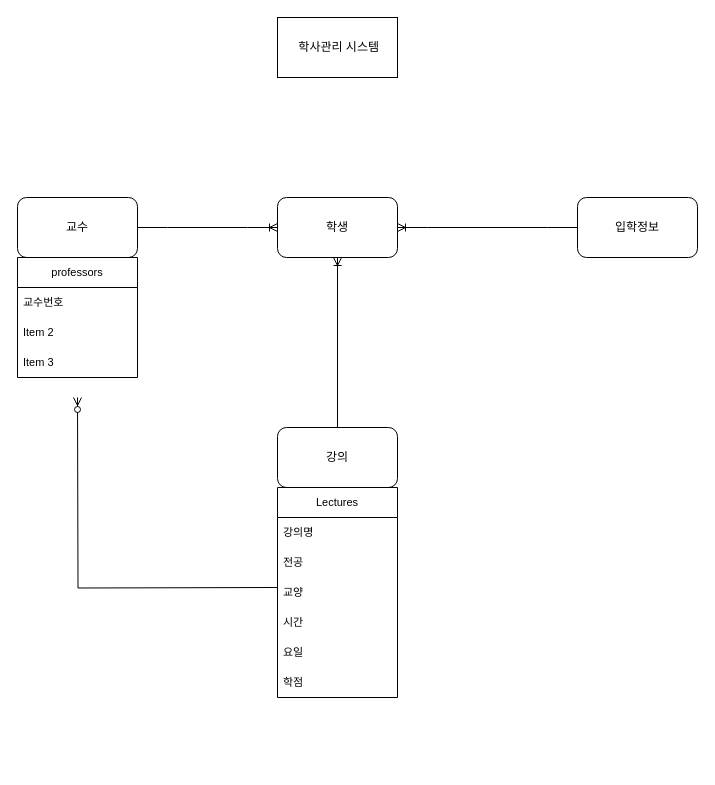
D-o-H-w-a/SelfStudy keeps this draw.io diagram as 자습용 다이어그램.drawio. Above is the earlier version. Source tidied: cells renumbered, new cells numbered last; positions are measured from the earlier drawing's top-left corner, leaving out a move shared by most shapes. Both pictures are drawn from the tidied source at 100%, with x=0, y=0 at pixel (17, 17).
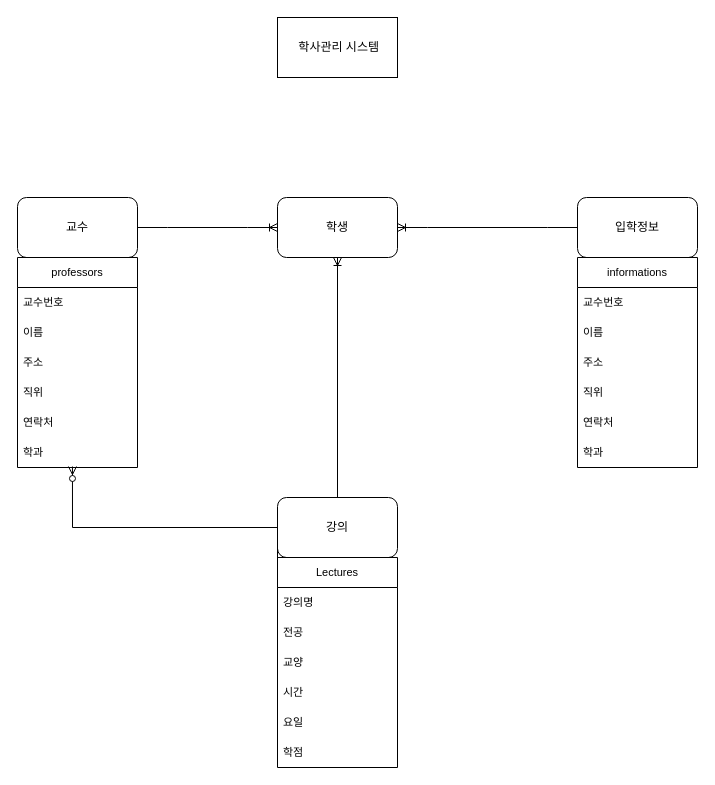
The same page after the edit.

Diff of the diagram source:
```diff
@@
     <mxCell id="6" value="강의" style="rounded=1;whiteSpace=wrap;html=1;direction=west;" parent="1" vertex="1">
-      <mxGeometry x="260" y="410" width="120" height="60" as="geometry" />
+      <mxGeometry x="260" y="480" width="120" height="60" as="geometry" />
     </mxCell>
@@
-    <mxCell id="10" style="fontSize=12;html=1;endArrow=ERzeroToMany;endFill=1;rounded=0;edgeStyle=orthogonalEdgeStyle;exitX=0;exitY=0.5;exitDx=0;exitDy=0;" parent="1" edge="1">
+    <mxCell id="10" style="fontSize=12;html=1;endArrow=ERzeroToMany;endFill=1;rounded=0;edgeStyle=orthogonalEdgeStyle;exitX=0;exitY=0.5;exitDx=0;exitDy=0;entryX=0.458;entryY=0.967;entryDx=0;entryDy=0;entryPerimeter=0;" parent="1" edge="1" target="24">
       <mxGeometry relative="1" as="geometry">
         <mxPoint x="260" y="570" as="sourcePoint" />
-        <mxPoint x="60" y="380" as="targetPoint" />
+        <Array as="points">
+          <mxPoint x="260" y="510" />
+          <mxPoint x="55" y="510" />
+        </Array>
       </mxGeometry>
     </mxCell>
     <mxCell id="11" value="Lectures" style="swimlane;fontStyle=0;horizontal=1;startSize=30;whiteSpace=wrap;html=1;align=center;verticalAlign=middle;fontFamily=Helvetica;fontSize=11;fontColor=default;fillColor=none;" parent="1" vertex="1">
-      <mxGeometry x="260" y="470" width="120" height="210" as="geometry" />
+      <mxGeometry x="260" y="540" width="120" height="210" as="geometry" />
     </mxCell>
@@
     <mxCell id="18" value="professors" style="swimlane;fontStyle=0;horizontal=1;startSize=30;whiteSpace=wrap;html=1;align=center;verticalAlign=middle;fontFamily=Helvetica;fontSize=11;fontColor=default;fillColor=none;" parent="1" vertex="1">
-      <mxGeometry y="240" width="120" height="120" as="geometry" />
+      <mxGeometry y="240" width="120" height="210" as="geometry" />
     </mxCell>
@@
-    <mxCell id="20" value="Item 2" style="text;strokeColor=none;fillColor=none;align=left;verticalAlign=middle;spacingLeft=4;spacingRight=4;overflow=hidden;whiteSpace=wrap;html=1;fontFamily=Helvetica;fontSize=11;fontColor=default;" parent="18" vertex="1">
+    <mxCell id="20" value="이름" style="text;strokeColor=none;fillColor=none;align=left;verticalAlign=middle;spacingLeft=4;spacingRight=4;overflow=hidden;whiteSpace=wrap;html=1;fontFamily=Helvetica;fontSize=11;fontColor=default;" parent="18" vertex="1">
       <mxGeometry y="60" width="120" height="30" as="geometry" />
     </mxCell>
-    <mxCell id="21" value="Item 3" style="text;strokeColor=none;fillColor=none;align=left;verticalAlign=middle;spacingLeft=4;spacingRight=4;overflow=hidden;whiteSpace=wrap;html=1;fontFamily=Helvetica;fontSize=11;fontColor=default;" parent="18" vertex="1">
+    <mxCell id="21" value="주소" style="text;strokeColor=none;fillColor=none;align=left;verticalAlign=middle;spacingLeft=4;spacingRight=4;overflow=hidden;whiteSpace=wrap;html=1;fontFamily=Helvetica;fontSize=11;fontColor=default;" parent="18" vertex="1">
       <mxGeometry y="90" width="120" height="30" as="geometry" />
     </mxCell>
+    <mxCell id="22" value="직위" style="text;strokeColor=none;fillColor=none;align=left;verticalAlign=middle;spacingLeft=4;spacingRight=4;overflow=hidden;whiteSpace=wrap;html=1;fontFamily=Helvetica;fontSize=11;fontColor=default;" parent="18" vertex="1">
+      <mxGeometry y="120" width="120" height="30" as="geometry" />
+    </mxCell>
+    <mxCell id="23" value="연락처" style="text;strokeColor=none;fillColor=none;align=left;verticalAlign=middle;spacingLeft=4;spacingRight=4;overflow=hidden;whiteSpace=wrap;html=1;fontFamily=Helvetica;fontSize=11;fontColor=default;" parent="18" vertex="1">
+      <mxGeometry y="150" width="120" height="30" as="geometry" />
+    </mxCell>
+    <mxCell id="24" value="학과" style="text;strokeColor=none;fillColor=none;align=left;verticalAlign=middle;spacingLeft=4;spacingRight=4;overflow=hidden;points=[[0,0.5],[1,0.5]];portConstraint=eastwest;whiteSpace=wrap;html=1;fontFamily=Helvetica;fontSize=11;fontColor=default;" parent="18" vertex="1">
+      <mxGeometry y="180" width="120" height="30" as="geometry" />
+    </mxCell>
+    <mxCell id="25" value="informations" style="swimlane;fontStyle=0;horizontal=1;startSize=30;whiteSpace=wrap;html=1;align=center;verticalAlign=middle;fontFamily=Helvetica;fontSize=11;fontColor=default;fillColor=none;" parent="1" vertex="1">
+      <mxGeometry x="560" y="240" width="120" height="210" as="geometry" />
+    </mxCell>
+    <mxCell id="26" value="교수번호" style="text;strokeColor=none;fillColor=none;align=left;verticalAlign=middle;spacingLeft=4;spacingRight=4;overflow=hidden;whiteSpace=wrap;html=1;fontFamily=Helvetica;fontSize=11;fontColor=default;" parent="25" vertex="1">
+      <mxGeometry y="30" width="120" height="30" as="geometry" />
+    </mxCell>
+    <mxCell id="27" value="이름" style="text;strokeColor=none;fillColor=none;align=left;verticalAlign=middle;spacingLeft=4;spacingRight=4;overflow=hidden;whiteSpace=wrap;html=1;fontFamily=Helvetica;fontSize=11;fontColor=default;" parent="25" vertex="1">
+      <mxGeometry y="60" width="120" height="30" as="geometry" />
+    </mxCell>
+    <mxCell id="28" value="주소" style="text;strokeColor=none;fillColor=none;align=left;verticalAlign=middle;spacingLeft=4;spacingRight=4;overflow=hidden;whiteSpace=wrap;html=1;fontFamily=Helvetica;fontSize=11;fontColor=default;" parent="25" vertex="1">
+      <mxGeometry y="90" width="120" height="30" as="geometry" />
+    </mxCell>
+    <mxCell id="29" value="직위" style="text;strokeColor=none;fillColor=none;align=left;verticalAlign=middle;spacingLeft=4;spacingRight=4;overflow=hidden;whiteSpace=wrap;html=1;fontFamily=Helvetica;fontSize=11;fontColor=default;" parent="25" vertex="1">
+      <mxGeometry y="120" width="120" height="30" as="geometry" />
+    </mxCell>
+    <mxCell id="30" value="연락처" style="text;strokeColor=none;fillColor=none;align=left;verticalAlign=middle;spacingLeft=4;spacingRight=4;overflow=hidden;whiteSpace=wrap;html=1;fontFamily=Helvetica;fontSize=11;fontColor=default;" parent="25" vertex="1">
+      <mxGeometry y="150" width="120" height="30" as="geometry" />
+    </mxCell>
+    <mxCell id="31" value="학과" style="text;strokeColor=none;fillColor=none;align=left;verticalAlign=middle;spacingLeft=4;spacingRight=4;overflow=hidden;whiteSpace=wrap;html=1;fontFamily=Helvetica;fontSize=11;fontColor=default;" parent="25" vertex="1">
+      <mxGeometry y="180" width="120" height="30" as="geometry" />
+    </mxCell>
```
